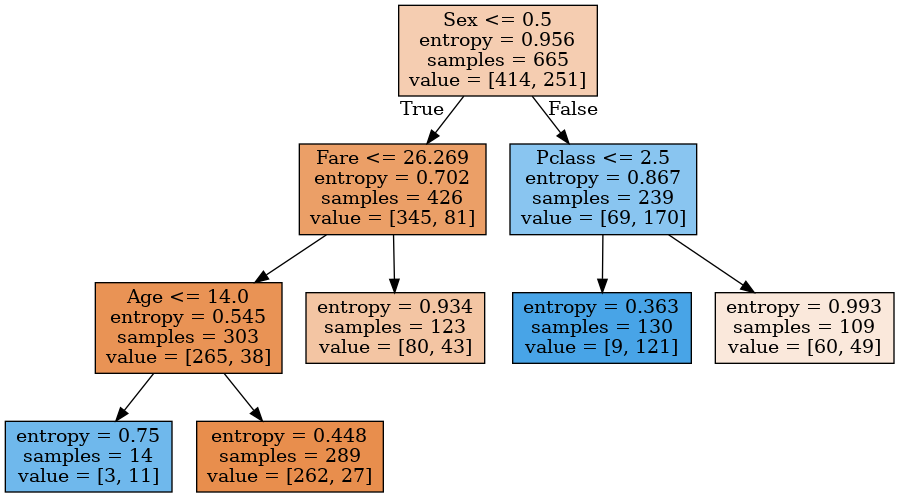
sugiyamath/self_kaggling keeps this Graphviz diagram as datanerd.hateblo.jp/2020/04/30/tree/model3_B.png. Above is the earlier version. Its source is kept beside it as datanerd.hateblo.jp/2020/04/30/tree/model3_B.dot.
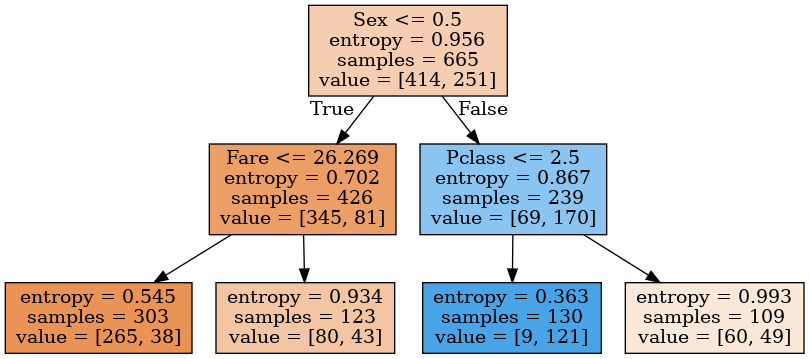
The same diagram one commit later.

Diff of the diagram source:
```diff
@@ -3,12 +3,8 @@
 0 [label="Sex <= 0.5\nentropy = 0.956\nsamples = 665\nvalue = [414, 251]", fillcolor="#f5cdb1"] ;
 1 [label="Fare <= 26.269\nentropy = 0.702\nsamples = 426\nvalue = [345, 81]", fillcolor="#eb9f67"] ;
 0 -> 1 [labeldistance=2.5, labelangle=45, headlabel="True"] ;
-5 [label="Age <= 14.0\nentropy = 0.545\nsamples = 303\nvalue = [265, 38]", fillcolor="#e99355"] ;
+5 [label="entropy = 0.545\nsamples = 303\nvalue = [265, 38]", fillcolor="#e99355"] ;
 1 -> 5 ;
-7 [label="entropy = 0.75\nsamples = 14\nvalue = [3, 11]", fillcolor="#6fb8ec"] ;
-5 -> 7 ;
-8 [label="entropy = 0.448\nsamples = 289\nvalue = [262, 27]", fillcolor="#e88e4d"] ;
-5 -> 8 ;
 6 [label="entropy = 0.934\nsamples = 123\nvalue = [80, 43]", fillcolor="#f3c5a3"] ;
 1 -> 6 ;
 2 [label="Pclass <= 2.5\nentropy = 0.867\nsamples = 239\nvalue = [69, 170]", fillcolor="#89c5f0"] ;
```
